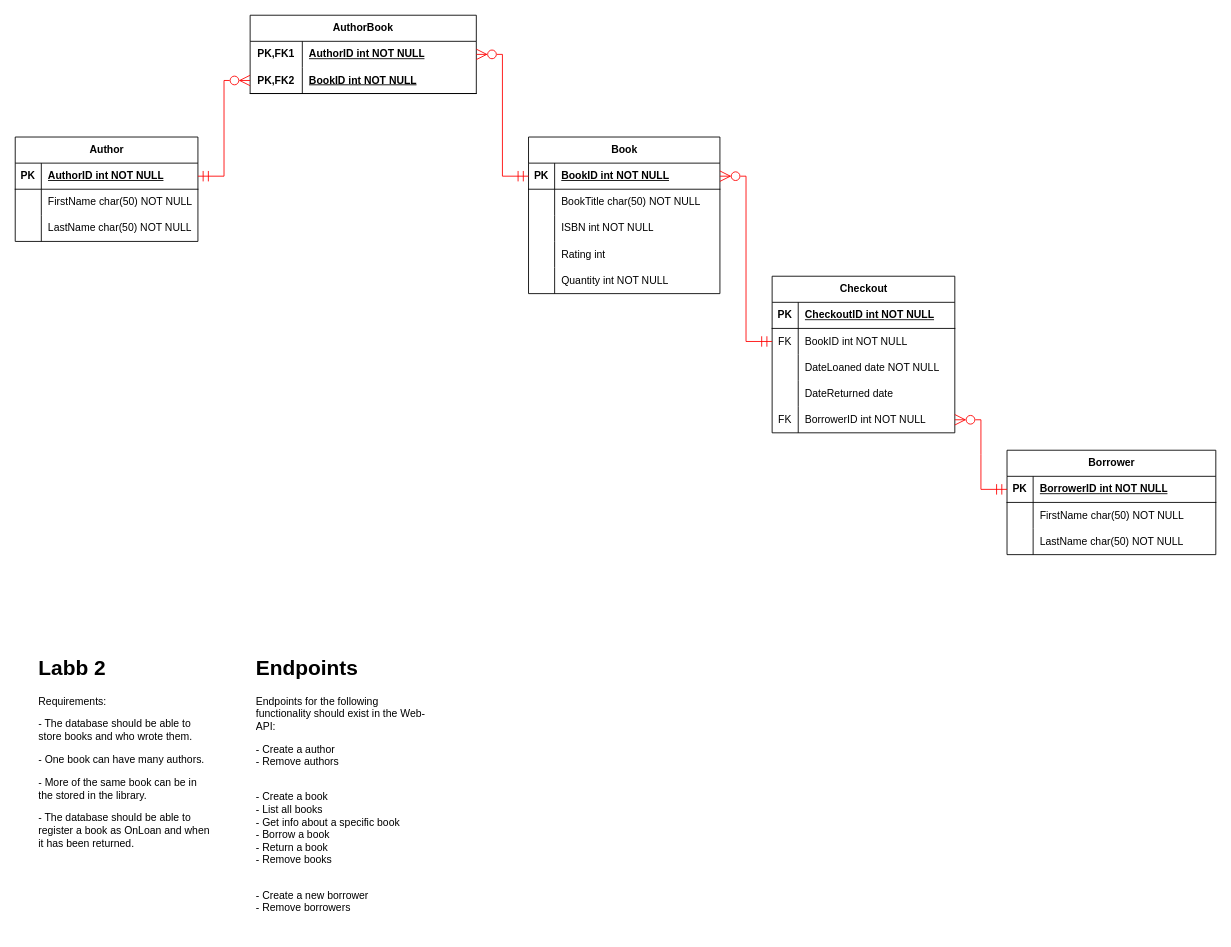
Before: LibraryER.drawio in Farahalh/LibraryWebApplication, a draw.io diagram. Source tidied: cells renumbered, new cells numbered last; positions are measured from the earlier drawing's top-left corner, leaving out a move shared by most shapes. Both pictures are drawn from the tidied source at 87%, with x=0, y=0 at pixel (15, 15).
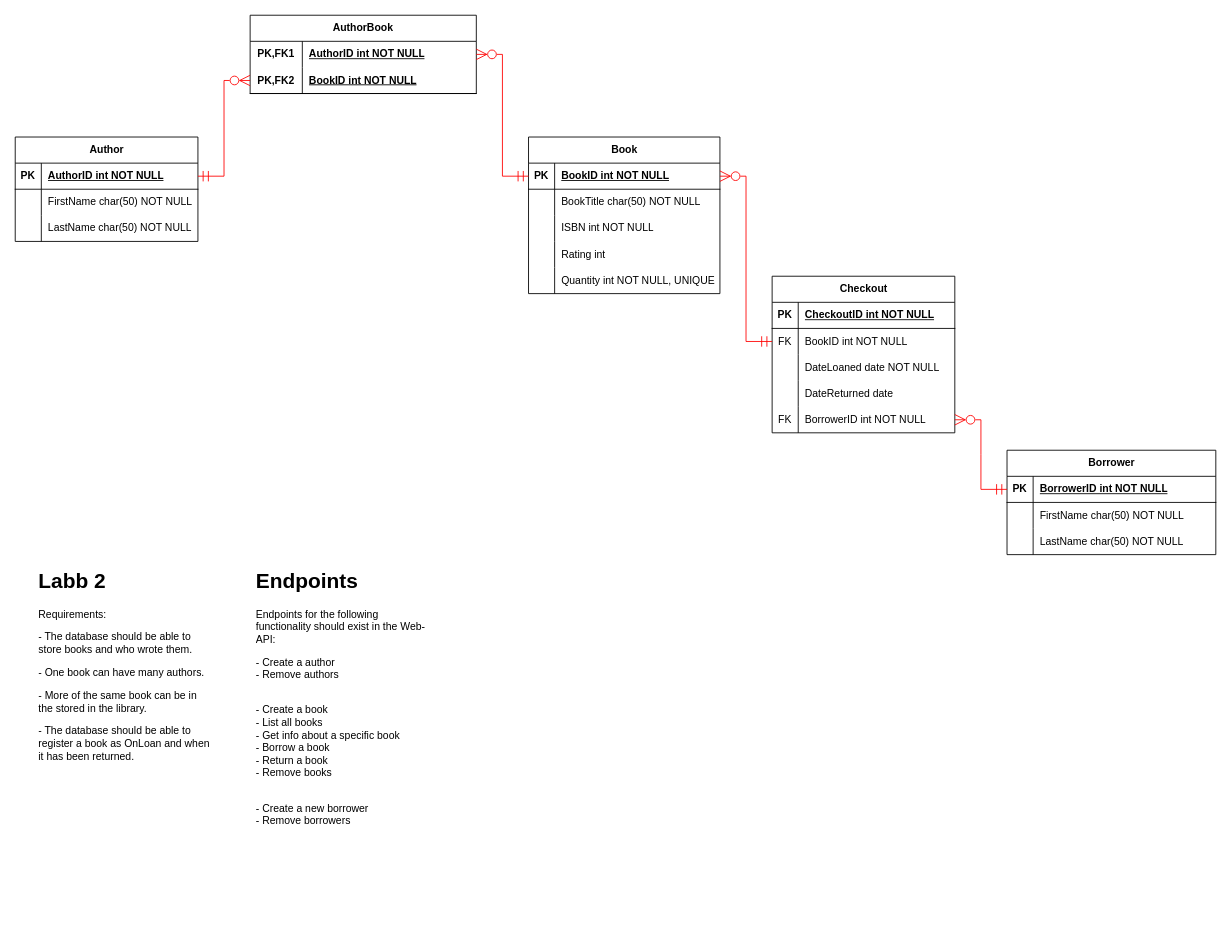
The same diagram, later.

Unchanged cells that the change refers to:
```xml
<mxCell id="27" style="shape=tableRow;horizontal=0;startSize=0;swimlaneHead=0;swimlaneBody=0;fillColor=none;top=0;left=0;right=0;bottom=0;" parent="14" vertex="1">
  <mxGeometry y="150" width="220" height="30" as="geometry" />
</mxCell>
```

What changed in the source:
```diff
@@
     <mxCell id="2" value="&lt;h1 style=&quot;margin-top: 0px;&quot;&gt;Labb 2&lt;/h1&gt;&lt;p&gt;Requirements:&lt;/p&gt;&lt;p&gt;- The database should be able to store books and who wrote them.&lt;/p&gt;&lt;p&gt;- One book can have many authors.&lt;/p&gt;&lt;p&gt;- More of the same book can be in the stored in the library.&lt;/p&gt;&lt;p&gt;- The database should be able to register a book as OnLoan and when it has been returned.&lt;/p&gt;" style="text;html=1;whiteSpace=wrap;overflow=hidden;rounded=0;" parent="1" vertex="1">
-      <mxGeometry x="25" y="730" width="200" height="250" as="geometry" />
+      <mxGeometry x="25" y="630" width="200" height="250" as="geometry" />
     </mxCell>
     <mxCell id="3" value="&lt;h1 style=&quot;margin-top: 0px;&quot;&gt;Endpoints&lt;/h1&gt;&lt;p&gt;Endpoints for the following functionality should exist in the Web-API:&lt;/p&gt;&lt;p&gt;- Create a author&lt;br&gt;- Remove authors&lt;br&gt;&lt;br&gt;&lt;/p&gt;&lt;p&gt;- Create a book&lt;br&gt;- List all books&lt;br&gt;- Get info about a specific book&lt;br&gt;- Borrow a book&lt;br&gt;&lt;span style=&quot;background-color: transparent; color: light-dark(rgb(0, 0, 0), rgb(255, 255, 255));&quot;&gt;- Return a book&lt;br&gt;&lt;/span&gt;&lt;span style=&quot;background-color: transparent; color: light-dark(rgb(0, 0, 0), rgb(255, 255, 255));&quot;&gt;- Remove books&lt;/span&gt;&lt;/p&gt;&lt;p&gt;&lt;br&gt;- Create a new borrower&lt;br&gt;- Remove borrowers&lt;/p&gt;&lt;p&gt;&lt;br&gt;&lt;/p&gt;&lt;p&gt;&lt;br&gt;&lt;/p&gt;&lt;p&gt;&lt;br&gt;&lt;/p&gt;&lt;p&gt;&lt;br&gt;&lt;/p&gt;" style="text;html=1;whiteSpace=wrap;overflow=hidden;rounded=0;" parent="1" vertex="1">
-      <mxGeometry x="275" y="730" width="200" height="320" as="geometry" />
+      <mxGeometry x="275" y="630" width="200" height="320" as="geometry" />
     </mxCell>
@@
-    <mxCell id="29" value="Quantity int NOT NULL" style="shape=partialRectangle;fillColor=none;top=0;left=0;bottom=0;right=0;align=left;spacingLeft=6;overflow=hidden;whiteSpace=wrap;html=1;" parent="27" vertex="1">
+    <mxCell id="29" value="Quantity int NOT NULL, UNIQUE" style="shape=partialRectangle;fillColor=none;top=0;left=0;bottom=0;right=0;align=left;spacingLeft=6;overflow=hidden;whiteSpace=wrap;html=1;" parent="27" vertex="1">
       <mxGeometry x="30" width="190" height="30" as="geometry" />
     </mxCell>
```
